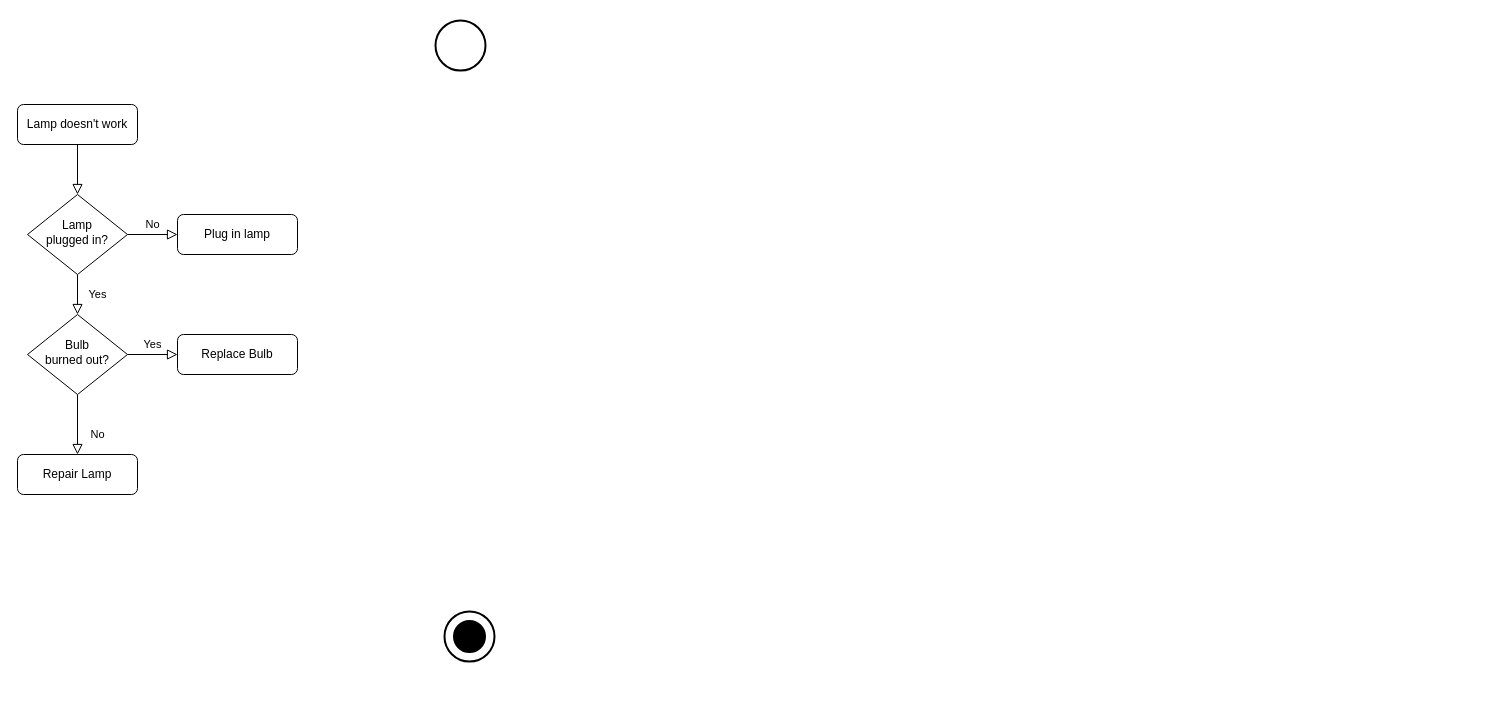
qf2020/drawio keeps this draw.io diagram as 设置通用模版流程图.drawio. Above is the earlier version. Source tidied: cells renumbered, new cells numbered last; positions are measured from the earlier drawing's top-left corner, leaving out a move shared by most shapes. Both pictures are drawn from the tidied source at 100%, with x=0, y=0 at pixel (17, 20).
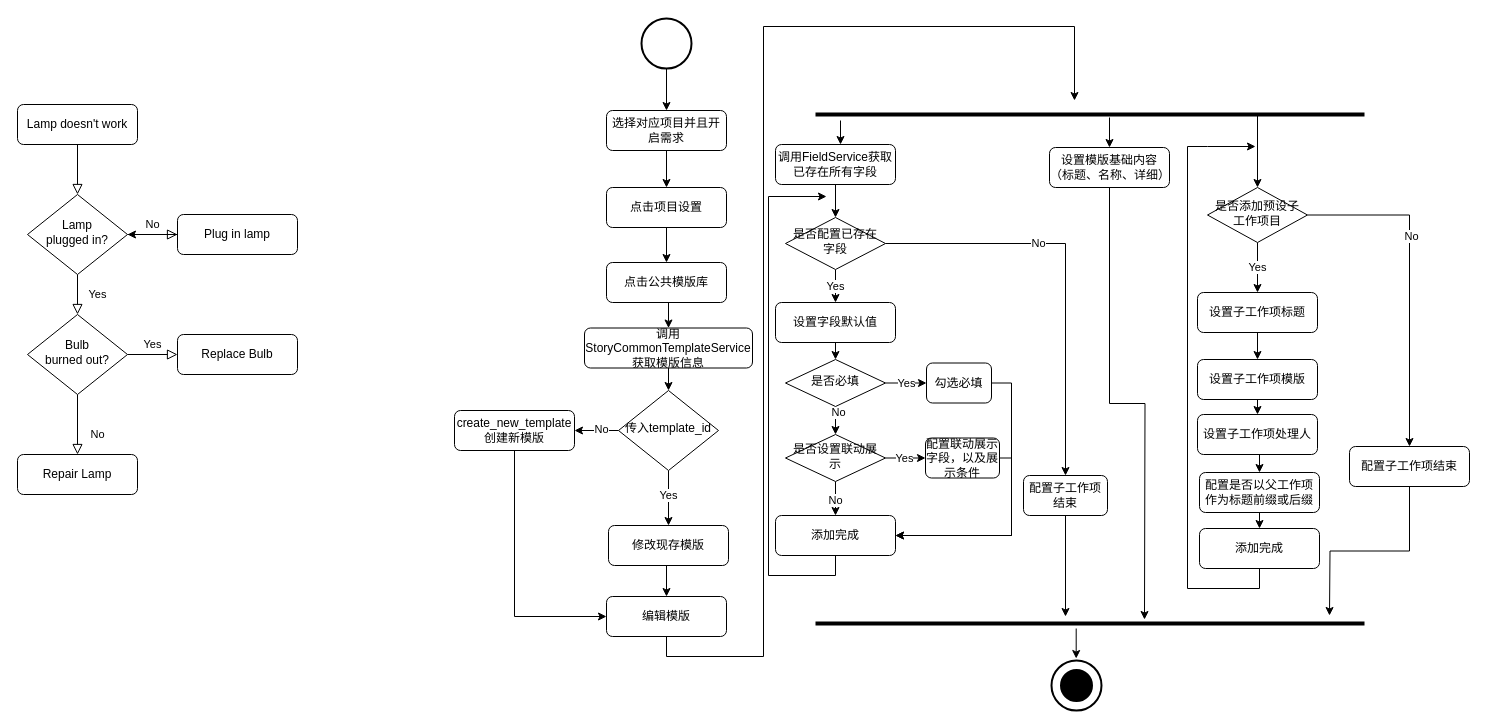
The same diagram, later.

Commit message:
更新设置通用模版流程图.drawio

Unchanged cells that the change refers to:
```xml
<mxCell id="6" value="Lamp&lt;br&gt;plugged in?" style="rhombus;whiteSpace=wrap;html=1;shadow=0;fontFamily=Helvetica;fontSize=12;align=center;strokeWidth=1;spacing=6;spacingTop=-4;" parent="1" vertex="1">
  <mxGeometry x="10" y="174" width="100" height="80" as="geometry" />
</mxCell>
<mxCell id="7" value="Plug in lamp" style="rounded=1;whiteSpace=wrap;html=1;fontSize=12;glass=0;strokeWidth=1;shadow=0;" parent="1" vertex="1">
  <mxGeometry x="160" y="194" width="120" height="40" as="geometry" />
</mxCell>
```

What changed in the source:
```diff
@@
+    <mxCell id="17" style="edgeStyle=orthogonalEdgeStyle;rounded=0;jettySize=auto;html=1;" parent="1" edge="1" source="7" target="6">
+      <mxGeometry relative="1" as="geometry" />
+    </mxCell>
@@
     <mxCell id="13" style="group;" parent="1" vertex="1">
-      <mxGeometry x="427" y="591" width="50" height="50" as="geometry" />
+      <mxGeometry x="1034" y="640" width="50" height="50" as="geometry" />
     </mxCell>
@@
+    <mxCell id="18" style="edgeStyle=orthogonalEdgeStyle;rounded=0;jettySize=auto;html=1;exitX=0.5;exitY=1;exitDx=0;exitDy=0;exitPerimeter=0;entryX=0.5;entryY=0;entryDx=0;entryDy=0;" parent="1" edge="1" source="16" target="20">
+      <mxGeometry relative="1" as="geometry" />
+    </mxCell>
     <mxCell id="16" style="strokeWidth=2;html=1;shape=mxgraph.flowchart.start_2;whiteSpace=wrap;" parent="1" vertex="1">
-      <mxGeometry x="418" width="50" height="50" as="geometry" />
+      <mxGeometry x="624" y="-2" width="50" height="50" as="geometry" />
     </mxCell>
+    <mxCell id="19" style="edgeStyle=orthogonalEdgeStyle;rounded=0;jettySize=auto;html=1;exitX=0.5;exitY=1;exitDx=0;exitDy=0;entryX=0.5;entryY=0;entryDx=0;entryDy=0;" parent="1" edge="1" source="20" target="22">
+      <mxGeometry relative="1" as="geometry" />
+    </mxCell>
+    <mxCell id="20" value="选择对应项目并且开启需求" style="rounded=1;whiteSpace=wrap;html=1;fontSize=12;glass=0;strokeWidth=1;shadow=0;" parent="1" vertex="1">
+      <mxGeometry x="589" y="90" width="120" height="40" as="geometry" />
+    </mxCell>
+    <mxCell id="21" style="edgeStyle=orthogonalEdgeStyle;rounded=0;jettySize=auto;html=1;exitX=0.5;exitY=1;exitDx=0;exitDy=0;entryX=0.5;entryY=0;entryDx=0;entryDy=0;" parent="1" edge="1" source="22" target="24">
+      <mxGeometry relative="1" as="geometry" />
+    </mxCell>
+    <mxCell id="22" value="点击项目设置" style="rounded=1;whiteSpace=wrap;html=1;fontSize=12;glass=0;strokeWidth=1;shadow=0;" parent="1" vertex="1">
+      <mxGeometry x="589" y="167" width="120" height="40" as="geometry" />
+    </mxCell>
+    <mxCell id="23" style="edgeStyle=orthogonalEdgeStyle;rounded=0;jettySize=auto;html=1;exitX=0.5;exitY=1;exitDx=0;exitDy=0;entryX=0.5;entryY=0;entryDx=0;entryDy=0;" parent="1" edge="1" source="24" target="32">
+      <mxGeometry relative="1" as="geometry" />
+    </mxCell>
+    <mxCell id="24" value="点击公共模版库" style="rounded=1;whiteSpace=wrap;html=1;fontSize=12;glass=0;strokeWidth=1;shadow=0;" parent="1" vertex="1">
+      <mxGeometry x="589" y="242" width="120" height="40" as="geometry" />
+    </mxCell>
+    <mxCell id="25" style="edgeStyle=orthogonalEdgeStyle;rounded=0;jettySize=auto;html=1;exitX=0.5;exitY=1;exitDx=0;exitDy=0;entryX=0.5;entryY=0;entryDx=0;entryDy=0;" parent="1" edge="1" source="26">
+      <mxGeometry relative="1" as="geometry">
+        <mxPoint x="1057" y="80" as="targetPoint" />
+        <Array as="points">
+          <mxPoint x="649" y="636" />
+          <mxPoint x="746" y="636" />
+          <mxPoint x="746" y="6" />
+          <mxPoint x="1057" y="6" />
+        </Array>
+      </mxGeometry>
+    </mxCell>
+    <mxCell id="26" value="编辑模版" style="rounded=1;whiteSpace=wrap;html=1;fontSize=12;glass=0;strokeWidth=1;shadow=0;" parent="1" vertex="1">
+      <mxGeometry x="589" y="576" width="120" height="40" as="geometry" />
+    </mxCell>
+    <mxCell id="27" style="edgeStyle=orthogonalEdgeStyle;rounded=0;jettySize=auto;html=1;exitX=0.5;exitY=1;exitDx=0;exitDy=0;entryX=0;entryY=0.5;entryDx=0;entryDy=0;" parent="1" edge="1" source="28" target="26">
+      <mxGeometry relative="1" as="geometry" />
+    </mxCell>
+    <mxCell id="28" value="create_new_template&lt;div&gt;创建新模版&lt;/div&gt;" style="rounded=1;whiteSpace=wrap;html=1;fontSize=12;glass=0;strokeWidth=1;shadow=0;" parent="1" vertex="1">
+      <mxGeometry x="437" y="390" width="120" height="40" as="geometry" />
+    </mxCell>
+    <mxCell id="29" style="edgeStyle=orthogonalEdgeStyle;rounded=0;jettySize=auto;html=1;exitX=0.5;exitY=1;exitDx=0;exitDy=0;entryX=0.5;entryY=0;entryDx=0;entryDy=0;" parent="1" edge="1" source="30" target="26">
+      <mxGeometry relative="1" as="geometry" />
+    </mxCell>
+    <mxCell id="30" value="修改现存模版" style="rounded=1;whiteSpace=wrap;html=1;fontSize=12;glass=0;strokeWidth=1;shadow=0;" parent="1" vertex="1">
+      <mxGeometry x="591" y="505" width="120" height="40" as="geometry" />
+    </mxCell>
+    <mxCell id="31" style="edgeStyle=orthogonalEdgeStyle;rounded=0;jettySize=auto;html=1;exitX=0.5;exitY=1;exitDx=0;exitDy=0;entryX=0.5;entryY=0;entryDx=0;entryDy=0;" parent="1" edge="1" source="32" target="37">
+      <mxGeometry relative="1" as="geometry" />
+    </mxCell>
+    <mxCell id="32" value="调用StoryCommonTemplateService获取模版信息" style="rounded=1;whiteSpace=wrap;html=1;fontSize=12;glass=0;strokeWidth=1;shadow=0;" parent="1" vertex="1">
+      <mxGeometry x="567" y="307.5" width="168" height="40" as="geometry" />
+    </mxCell>
+    <mxCell id="33" style="edgeStyle=orthogonalEdgeStyle;rounded=0;jettySize=auto;html=1;exitX=0.5;exitY=1;exitDx=0;exitDy=0;entryX=0.5;entryY=0;entryDx=0;entryDy=0;" parent="1" edge="1" source="37" target="30">
+      <mxGeometry relative="1" as="geometry" />
+    </mxCell>
+    <mxCell id="34" value="Yes" style="edgeLabel;html=1;align=center;verticalAlign=middle;" parent="33" vertex="1">
+      <mxGeometry x="-0.13" y="-1" relative="1" as="geometry" />
+    </mxCell>
+    <mxCell id="35" style="edgeStyle=orthogonalEdgeStyle;rounded=0;jettySize=auto;html=1;exitX=0;exitY=0.5;exitDx=0;exitDy=0;entryX=1;entryY=0.5;entryDx=0;entryDy=0;" parent="1" edge="1" source="37" target="28">
+      <mxGeometry relative="1" as="geometry" />
+    </mxCell>
+    <mxCell id="36" value="No" style="edgeLabel;html=1;align=center;verticalAlign=middle;" parent="35" vertex="1">
+      <mxGeometry x="-0.16" y="-2" relative="1" as="geometry" />
+    </mxCell>
+    <mxCell id="37" value="传入template_id" style="rhombus;whiteSpace=wrap;html=1;shadow=0;fontFamily=Helvetica;fontSize=12;align=center;strokeWidth=1;spacing=6;spacingTop=-4;" parent="1" vertex="1">
+      <mxGeometry x="601" y="370" width="100" height="80" as="geometry" />
+    </mxCell>
+    <mxCell id="38" style="endArrow=none;html=1;rounded=0;strokeWidth=4;" parent="1" edge="1">
+      <mxGeometry relative="1" as="geometry">
+        <mxPoint x="798" y="94" as="sourcePoint" />
+        <mxPoint x="1347" y="94" as="targetPoint" />
+      </mxGeometry>
+    </mxCell>
+    <mxCell id="39" style="edgeStyle=orthogonalEdgeStyle;rounded=0;jettySize=auto;html=1;exitX=0.5;exitY=1;exitDx=0;exitDy=0;entryX=0.5;entryY=0;entryDx=0;entryDy=0;" parent="1" edge="1" source="40" target="49">
+      <mxGeometry relative="1" as="geometry" />
+    </mxCell>
+    <mxCell id="40" value="设置子工作项标题" style="rounded=1;whiteSpace=wrap;html=1;fontSize=12;glass=0;strokeWidth=1;shadow=0;" parent="1" vertex="1">
+      <mxGeometry x="1180" y="272" width="120" height="40" as="geometry" />
+    </mxCell>
+    <mxCell id="41" value="Yes" style="edgeStyle=orthogonalEdgeStyle;rounded=0;jettySize=auto;html=1;exitX=0.5;exitY=1;exitDx=0;exitDy=0;entryX=0.5;entryY=0;entryDx=0;entryDy=0;" parent="1" edge="1" source="44" target="40">
+      <mxGeometry relative="1" as="geometry" />
+    </mxCell>
+    <mxCell id="42" style="edgeStyle=orthogonalEdgeStyle;rounded=0;jettySize=auto;html=1;exitX=1;exitY=0.5;exitDx=0;exitDy=0;entryX=0.5;entryY=0;entryDx=0;entryDy=0;" parent="1" edge="1" source="44" target="47">
+      <mxGeometry relative="1" as="geometry" />
+    </mxCell>
+    <mxCell id="43" value="No" style="edgeLabel;html=1;align=center;verticalAlign=middle;" parent="42" vertex="1">
+      <mxGeometry x="-0.26" y="1" relative="1" as="geometry" />
+    </mxCell>
+    <mxCell id="44" value="是否添加预设子工作项目" style="rhombus;whiteSpace=wrap;html=1;shadow=0;fontFamily=Helvetica;fontSize=12;align=center;strokeWidth=1;spacing=6;spacingTop=-4;" parent="1" vertex="1">
+      <mxGeometry x="1190" y="167" width="100" height="55" as="geometry" />
+    </mxCell>
+    <mxCell id="45" style="endArrow=none;html=1;rounded=0;strokeWidth=4;" parent="1" edge="1">
+      <mxGeometry relative="1" as="geometry">
+        <mxPoint x="798" y="603" as="sourcePoint" />
+        <mxPoint x="1347" y="603" as="targetPoint" />
+      </mxGeometry>
+    </mxCell>
+    <mxCell id="46" style="edgeStyle=orthogonalEdgeStyle;rounded=0;jettySize=auto;html=1;exitX=0.5;exitY=1;exitDx=0;exitDy=0;" parent="1" edge="1" source="47">
+      <mxGeometry relative="1" as="geometry">
+        <mxPoint x="1312" y="595" as="targetPoint" />
+      </mxGeometry>
+    </mxCell>
+    <mxCell id="47" value="配置子工作项结束" style="rounded=1;whiteSpace=wrap;html=1;fontSize=12;glass=0;strokeWidth=1;shadow=0;" parent="1" vertex="1">
+      <mxGeometry x="1332" y="426" width="120" height="40" as="geometry" />
+    </mxCell>
+    <mxCell id="48" style="edgeStyle=orthogonalEdgeStyle;rounded=0;jettySize=auto;html=1;exitX=0.5;exitY=1;exitDx=0;exitDy=0;entryX=0.5;entryY=0;entryDx=0;entryDy=0;" parent="1" edge="1" source="49" target="51">
+      <mxGeometry relative="1" as="geometry" />
+    </mxCell>
+    <mxCell id="49" value="设置子工作项模版" style="rounded=1;whiteSpace=wrap;html=1;fontSize=12;glass=0;strokeWidth=1;shadow=0;" parent="1" vertex="1">
+      <mxGeometry x="1180" y="339" width="120" height="40" as="geometry" />
+    </mxCell>
+    <mxCell id="50" style="edgeStyle=orthogonalEdgeStyle;rounded=0;jettySize=auto;html=1;exitX=0.5;exitY=1;exitDx=0;exitDy=0;entryX=0.5;entryY=0;entryDx=0;entryDy=0;" parent="1" edge="1" source="51" target="53">
+      <mxGeometry relative="1" as="geometry" />
+    </mxCell>
+    <mxCell id="51" value="设置子工作项处理人" style="rounded=1;whiteSpace=wrap;html=1;fontSize=12;glass=0;strokeWidth=1;shadow=0;" parent="1" vertex="1">
+      <mxGeometry x="1180" y="394" width="120" height="40" as="geometry" />
+    </mxCell>
+    <mxCell id="52" style="edgeStyle=orthogonalEdgeStyle;rounded=0;jettySize=auto;html=1;exitX=0.5;exitY=1;exitDx=0;exitDy=0;entryX=0.5;entryY=0;entryDx=0;entryDy=0;" parent="1" edge="1" source="53" target="55">
+      <mxGeometry relative="1" as="geometry" />
+    </mxCell>
+    <mxCell id="53" value="配置是否以父工作项作为标题前缀或后缀" style="rounded=1;whiteSpace=wrap;html=1;fontSize=12;glass=0;strokeWidth=1;shadow=0;" parent="1" vertex="1">
+      <mxGeometry x="1182" y="452" width="120" height="40" as="geometry" />
+    </mxCell>
+    <mxCell id="54" style="rounded=0;jettySize=auto;html=1;exitX=0.5;exitY=1;exitDx=0;exitDy=0;elbow=vertical;edgeStyle=orthogonalEdgeStyle;" parent="1" edge="1" source="55">
+      <mxGeometry relative="1" as="geometry">
+        <mxPoint x="1238" y="126" as="targetPoint" />
+        <Array as="points">
+          <mxPoint x="1242" y="568" />
+          <mxPoint x="1170" y="568" />
+          <mxPoint x="1170" y="126" />
+          <mxPoint x="1190" y="126" />
+        </Array>
+      </mxGeometry>
+    </mxCell>
+    <mxCell id="55" value="添加完成" style="rounded=1;whiteSpace=wrap;html=1;fontSize=12;glass=0;strokeWidth=1;shadow=0;" parent="1" vertex="1">
+      <mxGeometry x="1182" y="508" width="120" height="40" as="geometry" />
+    </mxCell>
+    <mxCell id="56" style="endArrow=classic;html=1;rounded=0;entryX=0.5;entryY=0;entryDx=0;entryDy=0;" parent="1" edge="1" target="44">
+      <mxGeometry relative="1" as="geometry">
+        <mxPoint x="1240" y="94" as="sourcePoint" />
+      </mxGeometry>
+    </mxCell>
+    <mxCell id="57" style="edgeStyle=orthogonalEdgeStyle;rounded=0;jettySize=auto;html=1;exitX=0.5;exitY=1;exitDx=0;exitDy=0;entryX=0.5;entryY=0;entryDx=0;entryDy=0;" parent="1" edge="1" source="58" target="70">
+      <mxGeometry relative="1" as="geometry" />
+    </mxCell>
+    <mxCell id="58" value="设置字段默认值" style="rounded=1;whiteSpace=wrap;html=1;fontSize=12;glass=0;strokeWidth=1;shadow=0;" parent="1" vertex="1">
+      <mxGeometry x="758" y="282" width="120" height="40" as="geometry" />
+    </mxCell>
+    <mxCell id="59" value="Yes" style="edgeStyle=orthogonalEdgeStyle;rounded=0;jettySize=auto;html=1;exitX=0.5;exitY=1;exitDx=0;exitDy=0;entryX=0.5;entryY=0;entryDx=0;entryDy=0;" parent="1" edge="1" source="62" target="58">
+      <mxGeometry relative="1" as="geometry" />
+    </mxCell>
+    <mxCell id="60" style="edgeStyle=orthogonalEdgeStyle;rounded=0;jettySize=auto;html=1;exitX=1;exitY=0.5;exitDx=0;exitDy=0;entryX=0.5;entryY=0;entryDx=0;entryDy=0;" parent="1" edge="1" source="62" target="64">
+      <mxGeometry relative="1" as="geometry" />
+    </mxCell>
+    <mxCell id="61" value="No" style="edgeLabel;html=1;align=center;verticalAlign=middle;" parent="60" vertex="1">
+      <mxGeometry x="-0.26" y="1" relative="1" as="geometry" />
+    </mxCell>
+    <mxCell id="62" value="是否配置已存在字段" style="rhombus;whiteSpace=wrap;html=1;shadow=0;fontFamily=Helvetica;fontSize=12;align=center;strokeWidth=1;spacing=6;spacingTop=-4;" parent="1" vertex="1">
+      <mxGeometry x="768" y="197" width="100" height="52" as="geometry" />
+    </mxCell>
+    <mxCell id="63" style="edgeStyle=orthogonalEdgeStyle;rounded=0;jettySize=auto;html=1;exitX=0.5;exitY=1;exitDx=0;exitDy=0;" parent="1" edge="1" source="64">
+      <mxGeometry relative="1" as="geometry">
+        <mxPoint x="1048" y="596" as="targetPoint" />
+      </mxGeometry>
+    </mxCell>
+    <mxCell id="64" value="配置子工作项结束" style="rounded=1;whiteSpace=wrap;html=1;fontSize=12;glass=0;strokeWidth=1;shadow=0;" parent="1" vertex="1">
+      <mxGeometry x="1006" y="455" width="84" height="40" as="geometry" />
+    </mxCell>
+    <mxCell id="65" style="rounded=0;jettySize=auto;html=1;exitX=0.5;exitY=1;exitDx=0;exitDy=0;elbow=vertical;edgeStyle=orthogonalEdgeStyle;" parent="1" edge="1" source="66">
+      <mxGeometry relative="1" as="geometry">
+        <mxPoint x="809" y="176" as="targetPoint" />
+        <Array as="points">
+          <mxPoint x="818" y="555" />
+          <mxPoint x="751" y="555" />
+          <mxPoint x="751" y="176" />
+        </Array>
+      </mxGeometry>
+    </mxCell>
+    <mxCell id="66" value="添加完成" style="rounded=1;whiteSpace=wrap;html=1;fontSize=12;glass=0;strokeWidth=1;shadow=0;" parent="1" vertex="1">
+      <mxGeometry x="758" y="495" width="120" height="40" as="geometry" />
+    </mxCell>
+    <mxCell id="67" style="edgeStyle=orthogonalEdgeStyle;rounded=0;jettySize=auto;html=1;exitX=0.5;exitY=1;exitDx=0;exitDy=0;entryX=0.5;entryY=0;entryDx=0;entryDy=0;" parent="1" edge="1" source="70" target="75">
+      <mxGeometry relative="1" as="geometry" />
+    </mxCell>
+    <mxCell id="68" value="No" style="edgeLabel;html=1;align=center;verticalAlign=middle;" parent="67" vertex="1">
+      <mxGeometry x="-0.65" y="2" relative="1" as="geometry" />
+    </mxCell>
+    <mxCell id="69" value="Yes" style="edgeStyle=orthogonalEdgeStyle;rounded=0;jettySize=auto;html=1;exitX=1;exitY=0.5;exitDx=0;exitDy=0;entryX=0;entryY=0.5;entryDx=0;entryDy=0;" parent="1" edge="1" source="70" target="77">
+      <mxGeometry relative="1" as="geometry" />
+    </mxCell>
+    <mxCell id="70" value="是否必填" style="rhombus;whiteSpace=wrap;html=1;shadow=0;fontFamily=Helvetica;fontSize=12;align=center;strokeWidth=1;spacing=6;spacingTop=-4;" parent="1" vertex="1">
+      <mxGeometry x="768" y="339" width="100" height="47" as="geometry" />
+    </mxCell>
+    <mxCell id="71" style="edgeStyle=orthogonalEdgeStyle;rounded=0;jettySize=auto;html=1;exitX=0.5;exitY=1;exitDx=0;exitDy=0;entryX=0.5;entryY=0;entryDx=0;entryDy=0;" parent="1" edge="1" source="75" target="66">
+      <mxGeometry relative="1" as="geometry" />
+    </mxCell>
+    <mxCell id="72" value="No" style="edgeLabel;html=1;align=center;verticalAlign=middle;" parent="71" vertex="1">
+      <mxGeometry x="0.01" y="-1" relative="1" as="geometry">
+        <mxPoint y="1" as="offset" />
+      </mxGeometry>
+    </mxCell>
+    <mxCell id="73" style="edgeStyle=orthogonalEdgeStyle;rounded=0;jettySize=auto;html=1;exitX=1;exitY=0.5;exitDx=0;exitDy=0;entryX=0;entryY=0.5;entryDx=0;entryDy=0;" parent="1" edge="1" source="75" target="79">
+      <mxGeometry relative="1" as="geometry" />
+    </mxCell>
+    <mxCell id="74" value="Yes" style="edgeLabel;html=1;align=center;verticalAlign=middle;" parent="73" vertex="1">
+      <mxGeometry x="-0.1" relative="1" as="geometry" />
+    </mxCell>
+    <mxCell id="75" value="是否设置联动展示" style="rhombus;whiteSpace=wrap;html=1;shadow=0;fontFamily=Helvetica;fontSize=12;align=center;strokeWidth=1;spacing=6;spacingTop=-4;" parent="1" vertex="1">
+      <mxGeometry x="768" y="414" width="100" height="47" as="geometry" />
+    </mxCell>
+    <mxCell id="76" style="edgeStyle=orthogonalEdgeStyle;rounded=0;jettySize=auto;html=1;exitX=1;exitY=0.5;exitDx=0;exitDy=0;entryX=1;entryY=0.5;entryDx=0;entryDy=0;" parent="1" edge="1" source="77" target="66">
+      <mxGeometry relative="1" as="geometry" />
+    </mxCell>
+    <mxCell id="77" value="勾选必填" style="rounded=1;whiteSpace=wrap;html=1;fontSize=12;glass=0;strokeWidth=1;shadow=0;" parent="1" vertex="1">
+      <mxGeometry x="909" y="342.5" width="65" height="40" as="geometry" />
+    </mxCell>
+    <mxCell id="78" style="edgeStyle=orthogonalEdgeStyle;rounded=0;jettySize=auto;html=1;exitX=1;exitY=0.5;exitDx=0;exitDy=0;entryX=1;entryY=0.5;entryDx=0;entryDy=0;" parent="1" edge="1" source="79" target="66">
+      <mxGeometry relative="1" as="geometry">
+        <Array as="points">
+          <mxPoint x="994" y="438" />
+          <mxPoint x="994" y="515" />
+        </Array>
+      </mxGeometry>
+    </mxCell>
+    <mxCell id="79" value="配置联动展示字段，以及展示条件" style="rounded=1;whiteSpace=wrap;html=1;fontSize=12;glass=0;strokeWidth=1;shadow=0;" parent="1" vertex="1">
+      <mxGeometry x="908" y="417.5" width="74" height="40" as="geometry" />
+    </mxCell>
+    <mxCell id="80" style="edgeStyle=orthogonalEdgeStyle;rounded=0;jettySize=auto;html=1;exitX=0.5;exitY=1;exitDx=0;exitDy=0;" parent="1" edge="1" source="81">
+      <mxGeometry relative="1" as="geometry">
+        <mxPoint x="1127" y="599" as="targetPoint" />
+      </mxGeometry>
+    </mxCell>
+    <mxCell id="81" value="设置模版基础内容（标题、名称、详细）" style="rounded=1;whiteSpace=wrap;html=1;fontSize=12;glass=0;strokeWidth=1;shadow=0;" parent="1" vertex="1">
+      <mxGeometry x="1032" y="127" width="120" height="40" as="geometry" />
+    </mxCell>
+    <mxCell id="82" style="endArrow=classic;html=1;rounded=0;entryX=0.5;entryY=0;entryDx=0;entryDy=0;" parent="1" edge="1" target="81">
+      <mxGeometry relative="1" as="geometry">
+        <mxPoint x="1092" y="97" as="sourcePoint" />
+      </mxGeometry>
+    </mxCell>
+    <mxCell id="83" style="endArrow=classic;html=1;rounded=0;entryX=0.5;entryY=0;entryDx=0;entryDy=0;" parent="1" edge="1">
+      <mxGeometry relative="1" as="geometry">
+        <mxPoint x="1058.7" y="608" as="sourcePoint" />
+        <mxPoint x="1058.7" y="638" as="targetPoint" />
+      </mxGeometry>
+    </mxCell>
+    <mxCell id="84" style="edgeStyle=orthogonalEdgeStyle;rounded=0;jettySize=auto;html=1;exitX=0.5;exitY=1;exitDx=0;exitDy=0;entryX=0.5;entryY=0;entryDx=0;entryDy=0;" parent="1" edge="1" source="85" target="62">
+      <mxGeometry relative="1" as="geometry" />
+    </mxCell>
+    <mxCell id="85" value="调用FieldService获取已存在所有字段" style="rounded=1;whiteSpace=wrap;html=1;fontSize=12;glass=0;strokeWidth=1;shadow=0;" parent="1" vertex="1">
+      <mxGeometry x="758" y="124" width="120" height="40" as="geometry" />
+    </mxCell>
+    <mxCell id="86" style="endArrow=classic;html=1;rounded=0;" parent="1" edge="1">
+      <mxGeometry relative="1" as="geometry">
+        <mxPoint x="823" y="100" as="sourcePoint" />
+        <mxPoint x="823" y="124" as="targetPoint" />
+      </mxGeometry>
+    </mxCell>
```
